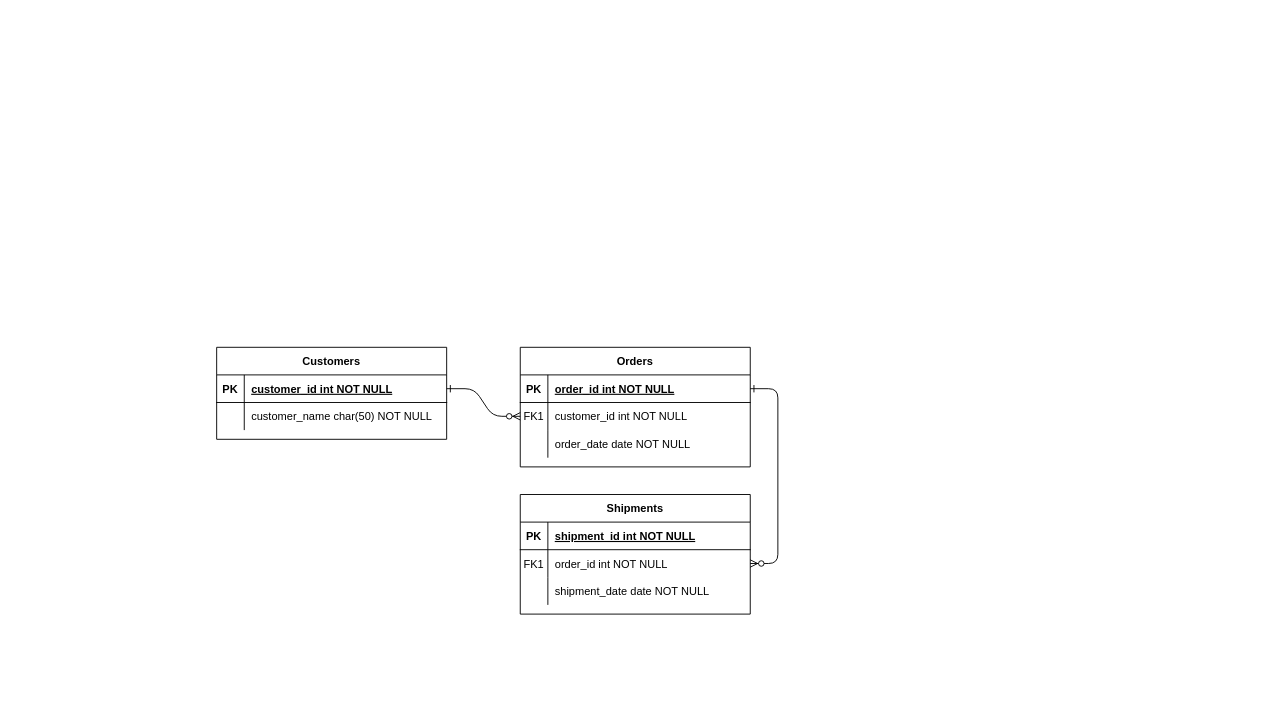
Above: page "Page-1" (1 of 2) of Relational.drawio in Macaies/relational-datbase (draw.io), before the change. Source tidied: cells renumbered, new cells numbered last; positions are measured from the earlier drawing's top-left corner, leaving out a move shared by most shapes. Both pictures are drawn from the tidied source at 92%, with x=0, y=0 at pixel (216, 347).
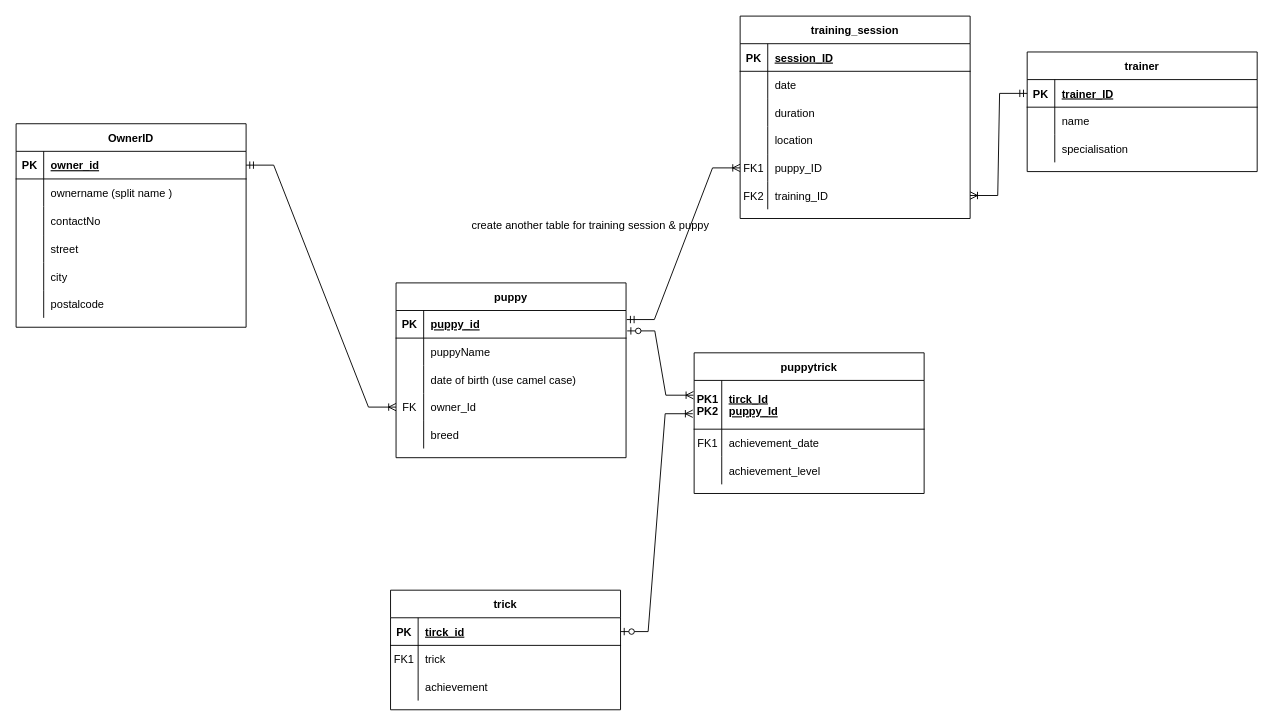
After the change.

The change refers to these unchanged cells:
```xml
<mxCell id="5" style="shape=partialRectangle;fillColor=none;points=[[0,0.5],[1,0.5]];portConstraint=eastwest;top=0;left=0;right=0;bottom=1;" parent="4" vertex="1">
  <mxGeometry y="30" width="250" height="30" as="geometry" />
</mxCell>
<mxCell id="8" style="shape=partialRectangle;fillColor=none;points=[[0,0.5],[1,0.5]];portConstraint=eastwest;top=0;left=0;right=0;bottom=0;" parent="4" vertex="1">
  <mxGeometry y="60" width="250" height="30" as="geometry" />
</mxCell>
<mxCell id="11" style="shape=partialRectangle;fillColor=none;top=0;left=0;right=0;bottom=0;" parent="4" vertex="1">
  <mxGeometry y="90" width="250" height="30" as="geometry" />
</mxCell>
<mxCell id="15" style="shape=partialRectangle;fillColor=none;points=[[0,0.5],[1,0.5]];portConstraint=eastwest;top=0;left=0;right=0;bottom=1;" parent="14" vertex="1">
  <mxGeometry y="30" width="250" height="30" as="geometry" />
</mxCell>
<mxCell id="18" style="shape=partialRectangle;fillColor=none;points=[[0,0.5],[1,0.5]];portConstraint=eastwest;top=0;left=0;right=0;bottom=0;" parent="14" vertex="1">
  <mxGeometry y="60" width="250" height="30" as="geometry" />
</mxCell>
<mxCell id="21" style="shape=partialRectangle;fillColor=none;top=0;left=0;right=0;bottom=0;" parent="14" vertex="1">
  <mxGeometry y="90" width="250" height="30" as="geometry" />
</mxCell>
<mxCell id="25" style="shape=partialRectangle;fillColor=none;points=[[0,0.5],[1,0.5]];portConstraint=eastwest;top=0;left=0;right=0;bottom=1;" parent="24" vertex="1">
  <mxGeometry y="30" width="250" height="30" as="geometry" />
</mxCell>
<mxCell id="28" style="shape=partialRectangle;fillColor=none;top=0;left=0;right=0;bottom=0;" parent="24" vertex="1">
  <mxGeometry y="60" width="250" height="30" as="geometry" />
</mxCell>
```

Diff of the diagram source:
```diff
@@
-    <mxCell id="2" style="edgeStyle=entityRelationEdgeStyle;endArrow=ERzeroToMany;startArrow=ERone;endFill=1;startFill=0;" parent="1" edge="1" source="25" target="8">
-      <mxGeometry relative="1" as="geometry" />
-    </mxCell>
-    <mxCell id="3" style="edgeStyle=entityRelationEdgeStyle;endArrow=ERzeroToMany;startArrow=ERone;endFill=1;startFill=0;" parent="1" edge="1" source="5" target="18">
-      <mxGeometry relative="1" as="geometry" />
-    </mxCell>
-    <mxCell id="4" value="Orders" style="shape=table;startSize=30;childLayout=tableLayout;rowLines=0;fontStyle=1;align=center;" parent="1" vertex="1">
-      <mxGeometry x="330" width="250" height="130" as="geometry" />
+    <mxCell id="4" value="puppy" style="shape=table;startSize=30;childLayout=tableLayout;rowLines=0;fontStyle=1;align=center;" parent="1" vertex="1">
+      <mxGeometry x="195" y="-70" width="250" height="190" as="geometry" />
     </mxCell>
@@
-    <mxCell id="7" value="order_id int NOT NULL " style="shape=partialRectangle;overflow=hidden;fillColor=none;top=0;left=0;bottom=0;right=0;align=left;spacingLeft=6;fontStyle=5;" parent="5" vertex="1">
+    <mxCell id="7" value="puppy_id" style="shape=partialRectangle;overflow=hidden;fillColor=none;top=0;left=0;bottom=0;right=0;align=left;spacingLeft=6;fontStyle=5;" parent="5" vertex="1">
       <mxGeometry x="30" width="220" height="30" as="geometry" />
     </mxCell>
@@
-    <mxCell id="9" value="FK1" style="shape=partialRectangle;overflow=hidden;fillColor=none;top=0;left=0;bottom=0;right=0;" parent="8" vertex="1">
+    <mxCell id="9" style="shape=partialRectangle;overflow=hidden;fillColor=none;top=0;left=0;bottom=0;right=0;" parent="8" vertex="1">
       <mxGeometry width="30" height="30" as="geometry" />
     </mxCell>
-    <mxCell id="10" value="customer_id int NOT NULL" style="shape=partialRectangle;overflow=hidden;fillColor=none;top=0;left=0;bottom=0;right=0;align=left;spacingLeft=6;" parent="8" vertex="1">
+    <mxCell id="10" value="puppyName " style="shape=partialRectangle;overflow=hidden;fillColor=none;top=0;left=0;bottom=0;right=0;align=left;spacingLeft=6;" parent="8" vertex="1">
       <mxGeometry x="30" width="220" height="30" as="geometry" />
     </mxCell>
@@
-    <mxCell id="13" value="order_date date NOT NULL" style="shape=partialRectangle;overflow=hidden;fillColor=none;top=0;left=0;bottom=0;right=0;align=left;spacingLeft=6;" parent="11" vertex="1">
+    <mxCell id="13" value="date of birth (use camel case)" style="shape=partialRectangle;overflow=hidden;fillColor=none;top=0;left=0;bottom=0;right=0;align=left;spacingLeft=6;" parent="11" vertex="1">
       <mxGeometry x="30" width="220" height="30" as="geometry" />
     </mxCell>
+    <mxCell id="31" style="shape=partialRectangle;fillColor=none;points=[[0,0.5],[1,0.5]];portConstraint=eastwest;top=0;left=0;right=0;bottom=0;" parent="4" vertex="1">
+      <mxGeometry y="120" width="250" height="30" as="geometry" />
+    </mxCell>
+    <mxCell id="32" value="FK" style="shape=partialRectangle;overflow=hidden;fillColor=none;top=0;left=0;bottom=0;right=0;" parent="31" vertex="1">
+      <mxGeometry width="30" height="30" as="geometry" />
+    </mxCell>
+    <mxCell id="33" value="owner_Id" style="shape=partialRectangle;overflow=hidden;fillColor=none;top=0;left=0;bottom=0;right=0;align=left;spacingLeft=6;" parent="31" vertex="1">
+      <mxGeometry x="30" width="220" height="30" as="geometry" />
+    </mxCell>
+    <mxCell id="34" style="shape=partialRectangle;fillColor=none;top=0;left=0;right=0;bottom=0;" parent="4" vertex="1">
+      <mxGeometry y="150" width="250" height="30" as="geometry" />
+    </mxCell>
+    <mxCell id="35" style="shape=partialRectangle;overflow=hidden;fillColor=none;top=0;left=0;bottom=0;right=0;" parent="34" vertex="1">
+      <mxGeometry width="30" height="30" as="geometry" />
+    </mxCell>
+    <mxCell id="36" value="breed" style="shape=partialRectangle;overflow=hidden;fillColor=none;top=0;left=0;bottom=0;right=0;align=left;spacingLeft=6;" parent="34" vertex="1">
+      <mxGeometry x="30" width="220" height="30" as="geometry" />
+    </mxCell>
-    <mxCell id="14" value="Shipments" style="shape=table;startSize=30;childLayout=tableLayout;rowLines=0;fontStyle=1;align=center;" parent="1" vertex="1">
-      <mxGeometry x="330" y="160" width="250" height="130" as="geometry" />
+    <mxCell id="14" value="trick" style="shape=table;startSize=30;childLayout=tableLayout;rowLines=0;fontStyle=1;align=center;" parent="1" vertex="1">
+      <mxGeometry x="189" y="264" width="250" height="130" as="geometry" />
     </mxCell>
@@
-    <mxCell id="17" value="shipment_id int NOT NULL " style="shape=partialRectangle;overflow=hidden;fillColor=none;top=0;left=0;bottom=0;right=0;align=left;spacingLeft=6;fontStyle=5;" parent="15" vertex="1">
+    <mxCell id="17" value="tirck_id" style="shape=partialRectangle;overflow=hidden;fillColor=none;top=0;left=0;bottom=0;right=0;align=left;spacingLeft=6;fontStyle=5;" parent="15" vertex="1">
       <mxGeometry x="30" width="220" height="30" as="geometry" />
     </mxCell>
@@
-    <mxCell id="20" value="order_id int NOT NULL" style="shape=partialRectangle;overflow=hidden;fillColor=none;top=0;left=0;bottom=0;right=0;align=left;spacingLeft=6;" parent="18" vertex="1">
+    <mxCell id="20" value="trick" style="shape=partialRectangle;overflow=hidden;fillColor=none;top=0;left=0;bottom=0;right=0;align=left;spacingLeft=6;" parent="18" vertex="1">
       <mxGeometry x="30" width="220" height="30" as="geometry" />
     </mxCell>
@@
-    <mxCell id="23" value="shipment_date date NOT NULL" style="shape=partialRectangle;overflow=hidden;fillColor=none;top=0;left=0;bottom=0;right=0;align=left;spacingLeft=6;" parent="21" vertex="1">
+    <mxCell id="23" value="achievement" style="shape=partialRectangle;overflow=hidden;fillColor=none;top=0;left=0;bottom=0;right=0;align=left;spacingLeft=6;" parent="21" vertex="1">
       <mxGeometry x="30" width="220" height="30" as="geometry" />
     </mxCell>
-    <mxCell id="24" value="Customers" style="shape=table;startSize=30;childLayout=tableLayout;rowLines=0;fontStyle=1;align=center;" parent="1" vertex="1">
-      <mxGeometry width="250" height="100" as="geometry" />
+    <mxCell id="24" value="OwnerID" style="shape=table;startSize=30;childLayout=tableLayout;rowLines=0;fontStyle=1;align=center;" parent="1" vertex="1">
+      <mxGeometry x="-218" y="-243" width="250" height="221.2" as="geometry" />
     </mxCell>
@@
-    <mxCell id="27" value="customer_id int NOT NULL " style="shape=partialRectangle;overflow=hidden;fillColor=none;top=0;left=0;bottom=0;right=0;align=left;spacingLeft=6;fontStyle=5;" parent="25" vertex="1">
+    <mxCell id="27" value="owner_id" style="shape=partialRectangle;overflow=hidden;fillColor=none;top=0;left=0;bottom=0;right=0;align=left;spacingLeft=6;fontStyle=5;" parent="25" vertex="1">
       <mxGeometry x="30" width="220" height="30" as="geometry" />
     </mxCell>
@@
-    <mxCell id="30" value="customer_name char(50) NOT NULL" style="shape=partialRectangle;overflow=hidden;fillColor=none;top=0;left=0;bottom=0;right=0;align=left;spacingLeft=6;" parent="28" vertex="1">
+    <mxCell id="30" value="ownername (split name )" style="shape=partialRectangle;overflow=hidden;fillColor=none;top=0;left=0;bottom=0;right=0;align=left;spacingLeft=6;" parent="28" vertex="1">
       <mxGeometry x="30" width="220" height="30" as="geometry" />
     </mxCell>
+    <mxCell id="37" style="shape=partialRectangle;fillColor=none;top=0;left=0;right=0;bottom=0;" parent="24" vertex="1">
+      <mxGeometry y="90" width="250" height="31" as="geometry" />
+    </mxCell>
+    <mxCell id="38" style="shape=partialRectangle;overflow=hidden;fillColor=none;top=0;left=0;bottom=0;right=0;" parent="37" vertex="1">
+      <mxGeometry width="30" height="31" as="geometry" />
+    </mxCell>
+    <mxCell id="39" value="contactNo" style="shape=partialRectangle;overflow=hidden;fillColor=none;top=0;left=0;bottom=0;right=0;align=left;spacingLeft=6;" parent="37" vertex="1">
+      <mxGeometry x="30" width="220" height="31" as="geometry" />
+    </mxCell>
+    <mxCell id="40" style="shape=partialRectangle;fillColor=none;top=0;left=0;right=0;bottom=0;" parent="24" vertex="1">
+      <mxGeometry y="121" width="250" height="30" as="geometry" />
+    </mxCell>
+    <mxCell id="41" style="shape=partialRectangle;overflow=hidden;fillColor=none;top=0;left=0;bottom=0;right=0;" parent="40" vertex="1">
+      <mxGeometry width="30" height="30" as="geometry" />
+    </mxCell>
+    <mxCell id="42" value="street" style="shape=partialRectangle;overflow=hidden;fillColor=none;top=0;left=0;bottom=0;right=0;align=left;spacingLeft=6;" parent="40" vertex="1">
+      <mxGeometry x="30" width="220" height="30" as="geometry" />
+    </mxCell>
+    <mxCell id="43" style="shape=partialRectangle;fillColor=none;top=0;left=0;right=0;bottom=0;" parent="24" vertex="1">
+      <mxGeometry y="151" width="250" height="30" as="geometry" />
+    </mxCell>
+    <mxCell id="44" style="shape=partialRectangle;overflow=hidden;fillColor=none;top=0;left=0;bottom=0;right=0;" parent="43" vertex="1">
+      <mxGeometry width="30" height="30" as="geometry" />
+    </mxCell>
+    <mxCell id="45" value="city" style="shape=partialRectangle;overflow=hidden;fillColor=none;top=0;left=0;bottom=0;right=0;align=left;spacingLeft=6;" parent="43" vertex="1">
+      <mxGeometry x="30" width="220" height="30" as="geometry" />
+    </mxCell>
+    <mxCell id="46" style="shape=partialRectangle;fillColor=none;top=0;left=0;right=0;bottom=0;" parent="24" vertex="1">
+      <mxGeometry y="181" width="250" height="30" as="geometry" />
+    </mxCell>
+    <mxCell id="47" style="shape=partialRectangle;overflow=hidden;fillColor=none;top=0;left=0;bottom=0;right=0;" parent="46" vertex="1">
+      <mxGeometry width="30" height="30" as="geometry" />
+    </mxCell>
+    <mxCell id="48" value="postalcode" style="shape=partialRectangle;overflow=hidden;fillColor=none;top=0;left=0;bottom=0;right=0;align=left;spacingLeft=6;" parent="46" vertex="1">
+      <mxGeometry x="30" width="220" height="30" as="geometry" />
+    </mxCell>
+    <mxCell id="49" value="puppytrick" style="shape=table;startSize=30;childLayout=tableLayout;rowLines=0;fontStyle=1;align=center;" parent="1" vertex="1">
+      <mxGeometry x="519" y="6" width="250" height="152.9" as="geometry" />
+    </mxCell>
+    <mxCell id="50" style="shape=partialRectangle;fillColor=none;points=[[0,0.5],[1,0.5]];portConstraint=eastwest;top=0;left=0;right=0;bottom=1;" parent="49" vertex="1">
+      <mxGeometry y="30" width="250" height="53" as="geometry" />
+    </mxCell>
+    <mxCell id="51" value="PK1&#10;PK2" style="shape=partialRectangle;overflow=hidden;fillColor=none;top=0;left=0;bottom=0;right=0;fontStyle=1;" parent="50" vertex="1">
+      <mxGeometry width="30" height="53" as="geometry" />
+    </mxCell>
+    <mxCell id="52" value="tirck_Id&#10;puppy_Id" style="shape=partialRectangle;overflow=hidden;fillColor=none;top=0;left=0;bottom=0;right=0;align=left;spacingLeft=6;fontStyle=5;" parent="50" vertex="1">
+      <mxGeometry x="30" width="220" height="53" as="geometry" />
+    </mxCell>
+    <mxCell id="53" style="shape=partialRectangle;fillColor=none;top=0;left=0;right=0;bottom=0;" parent="49" vertex="1">
+      <mxGeometry y="83" width="250" height="30" as="geometry" />
+    </mxCell>
+    <mxCell id="54" value="FK1" style="shape=partialRectangle;overflow=hidden;fillColor=none;top=0;left=0;bottom=0;right=0;" parent="53" vertex="1">
+      <mxGeometry width="30" height="30" as="geometry" />
+    </mxCell>
+    <mxCell id="55" value="achievement_date" style="shape=partialRectangle;overflow=hidden;fillColor=none;top=0;left=0;bottom=0;right=0;align=left;spacingLeft=6;" parent="53" vertex="1">
+      <mxGeometry x="30" width="220" height="30" as="geometry" />
+    </mxCell>
+    <mxCell id="56" style="shape=partialRectangle;fillColor=none;top=0;left=0;right=0;bottom=0;" parent="49" vertex="1">
+      <mxGeometry y="113" width="250" height="30" as="geometry" />
+    </mxCell>
+    <mxCell id="57" style="shape=partialRectangle;overflow=hidden;fillColor=none;top=0;left=0;bottom=0;right=0;" parent="56" vertex="1">
+      <mxGeometry width="30" height="30" as="geometry" />
+    </mxCell>
+    <mxCell id="58" value="achievement_level" style="shape=partialRectangle;overflow=hidden;fillColor=none;top=0;left=0;bottom=0;right=0;align=left;spacingLeft=6;" parent="56" vertex="1">
+      <mxGeometry x="30" width="220" height="30" as="geometry" />
+    </mxCell>
+    <mxCell id="59" style="edgeStyle=entityRelationEdgeStyle;fontSize=12;html=1;endArrow=ERoneToMany;startArrow=ERmandOne;rounded=0;entryX=0;entryY=0.5;entryDx=0;entryDy=0;exitX=1;exitY=0.5;exitDx=0;exitDy=0;" parent="1" edge="1" source="25" target="31">
+      <mxGeometry relative="1" as="geometry" />
+    </mxCell>
+    <mxCell id="60" style="edgeStyle=entityRelationEdgeStyle;fontSize=12;html=1;endArrow=ERoneToMany;startArrow=ERzeroToOne;rounded=0;entryX=-0.003;entryY=0.303;entryDx=0;entryDy=0;exitX=1.005;exitY=0.739;exitDx=0;exitDy=0;exitPerimeter=0;entryPerimeter=0;" parent="1" edge="1" source="5" target="50">
+      <mxGeometry relative="1" as="geometry" />
+    </mxCell>
+    <mxCell id="61" style="edgeStyle=entityRelationEdgeStyle;fontSize=12;html=1;endArrow=ERoneToMany;startArrow=ERzeroToOne;rounded=0;exitX=1;exitY=0.5;exitDx=0;exitDy=0;entryX=-0.006;entryY=0.683;entryDx=0;entryDy=0;entryPerimeter=0;" parent="1" edge="1" source="15" target="50">
+      <mxGeometry relative="1" as="geometry" />
+    </mxCell>
+    <mxCell id="62" value="trainer" style="shape=table;startSize=30;childLayout=tableLayout;rowLines=0;fontStyle=1;align=center;" parent="1" vertex="1">
+      <mxGeometry x="881" y="-321" width="250" height="130" as="geometry" />
+    </mxCell>
+    <mxCell id="63" style="shape=partialRectangle;fillColor=none;points=[[0,0.5],[1,0.5]];portConstraint=eastwest;top=0;left=0;right=0;bottom=1;" parent="62" vertex="1">
+      <mxGeometry y="30" width="250" height="30" as="geometry" />
+    </mxCell>
+    <mxCell id="64" value="PK" style="shape=partialRectangle;overflow=hidden;fillColor=none;top=0;left=0;bottom=0;right=0;fontStyle=1;" parent="63" vertex="1">
+      <mxGeometry width="30" height="30" as="geometry" />
+    </mxCell>
+    <mxCell id="65" value="trainer_ID" style="shape=partialRectangle;overflow=hidden;fillColor=none;top=0;left=0;bottom=0;right=0;align=left;spacingLeft=6;fontStyle=5;" parent="63" vertex="1">
+      <mxGeometry x="30" width="220" height="30" as="geometry" />
+    </mxCell>
+    <mxCell id="66" style="shape=partialRectangle;fillColor=none;top=0;left=0;right=0;bottom=0;" parent="62" vertex="1">
+      <mxGeometry y="60" width="250" height="30" as="geometry" />
+    </mxCell>
+    <mxCell id="67" style="shape=partialRectangle;overflow=hidden;fillColor=none;top=0;left=0;bottom=0;right=0;" parent="66" vertex="1">
+      <mxGeometry width="30" height="30" as="geometry" />
+    </mxCell>
+    <mxCell id="68" value="name" style="shape=partialRectangle;overflow=hidden;fillColor=none;top=0;left=0;bottom=0;right=0;align=left;spacingLeft=6;" parent="66" vertex="1">
+      <mxGeometry x="30" width="220" height="30" as="geometry" />
+    </mxCell>
+    <mxCell id="69" style="shape=partialRectangle;fillColor=none;top=0;left=0;right=0;bottom=0;" parent="62" vertex="1">
+      <mxGeometry y="90" width="250" height="30" as="geometry" />
+    </mxCell>
+    <mxCell id="70" style="shape=partialRectangle;overflow=hidden;fillColor=none;top=0;left=0;bottom=0;right=0;" parent="69" vertex="1">
+      <mxGeometry width="30" height="30" as="geometry" />
+    </mxCell>
+    <mxCell id="71" value="specialisation" style="shape=partialRectangle;overflow=hidden;fillColor=none;top=0;left=0;bottom=0;right=0;align=left;spacingLeft=6;" parent="69" vertex="1">
+      <mxGeometry x="30" width="220" height="30" as="geometry" />
+    </mxCell>
+    <mxCell id="72" value="training_session" style="shape=table;startSize=30;childLayout=tableLayout;rowLines=0;fontStyle=1;align=center;" parent="1" vertex="1">
+      <mxGeometry x="569" y="-360" width="250" height="220" as="geometry" />
+    </mxCell>
+    <mxCell id="73" style="shape=partialRectangle;fillColor=none;top=0;left=0;right=0;bottom=1;" parent="72" vertex="1">
+      <mxGeometry y="30" width="250" height="30" as="geometry" />
+    </mxCell>
+    <mxCell id="74" value="PK" style="shape=partialRectangle;overflow=hidden;fillColor=none;top=0;left=0;bottom=0;right=0;fontStyle=1;" parent="73" vertex="1">
+      <mxGeometry width="30" height="30" as="geometry" />
+    </mxCell>
+    <mxCell id="75" value="session_ID" style="shape=partialRectangle;overflow=hidden;fillColor=none;top=0;left=0;bottom=0;right=0;align=left;spacingLeft=6;fontStyle=5;" parent="73" vertex="1">
+      <mxGeometry x="30" width="220" height="30" as="geometry" />
+    </mxCell>
+    <mxCell id="76" style="shape=partialRectangle;fillColor=none;top=0;left=0;right=0;bottom=0;" parent="72" vertex="1">
+      <mxGeometry y="60" width="250" height="30" as="geometry" />
+    </mxCell>
+    <mxCell id="77" style="shape=partialRectangle;overflow=hidden;fillColor=none;top=0;left=0;bottom=0;right=0;" parent="76" vertex="1">
+      <mxGeometry width="30" height="30" as="geometry" />
+    </mxCell>
+    <mxCell id="78" value="date" style="shape=partialRectangle;overflow=hidden;fillColor=none;top=0;left=0;bottom=0;right=0;align=left;spacingLeft=6;" parent="76" vertex="1">
+      <mxGeometry x="30" width="220" height="30" as="geometry" />
+    </mxCell>
+    <mxCell id="79" style="shape=partialRectangle;fillColor=none;top=0;left=0;right=0;bottom=0;" parent="72" vertex="1">
+      <mxGeometry y="90" width="250" height="30" as="geometry" />
+    </mxCell>
+    <mxCell id="80" style="shape=partialRectangle;overflow=hidden;fillColor=none;top=0;left=0;bottom=0;right=0;" parent="79" vertex="1">
+      <mxGeometry width="30" height="30" as="geometry" />
+    </mxCell>
+    <mxCell id="81" value="duration" style="shape=partialRectangle;overflow=hidden;fillColor=none;top=0;left=0;bottom=0;right=0;align=left;spacingLeft=6;" parent="79" vertex="1">
+      <mxGeometry x="30" width="220" height="30" as="geometry" />
+    </mxCell>
+    <mxCell id="82" style="shape=partialRectangle;fillColor=none;top=0;left=0;right=0;bottom=0;" parent="72" vertex="1">
+      <mxGeometry y="120" width="250" height="30" as="geometry" />
+    </mxCell>
+    <mxCell id="83" style="shape=partialRectangle;overflow=hidden;fillColor=none;top=0;left=0;bottom=0;right=0;" parent="82" vertex="1">
+      <mxGeometry width="30" height="30" as="geometry" />
+    </mxCell>
+    <mxCell id="84" value="location" style="shape=partialRectangle;overflow=hidden;fillColor=none;top=0;left=0;bottom=0;right=0;align=left;spacingLeft=6;" parent="82" vertex="1">
+      <mxGeometry x="30" width="220" height="30" as="geometry" />
+    </mxCell>
+    <mxCell id="85" style="shape=partialRectangle;fillColor=none;points=[[0,0.5],[1,0.5]];portConstraint=eastwest;top=0;left=0;right=0;bottom=0;" parent="72" vertex="1">
+      <mxGeometry y="150" width="250" height="30" as="geometry" />
+    </mxCell>
+    <mxCell id="86" value="FK1" style="shape=partialRectangle;overflow=hidden;fillColor=none;top=0;left=0;bottom=0;right=0;" parent="85" vertex="1">
+      <mxGeometry width="30" height="30" as="geometry" />
+    </mxCell>
+    <mxCell id="87" value="puppy_ID" style="shape=partialRectangle;overflow=hidden;fillColor=none;top=0;left=0;bottom=0;right=0;align=left;spacingLeft=6;" parent="85" vertex="1">
+      <mxGeometry x="30" width="220" height="30" as="geometry" />
+    </mxCell>
+    <mxCell id="88" style="shape=partialRectangle;fillColor=none;points=[[0,0.5],[1,0.5]];portConstraint=eastwest;top=0;left=0;right=0;bottom=0;" parent="72" vertex="1">
+      <mxGeometry y="180" width="250" height="30" as="geometry" />
+    </mxCell>
+    <mxCell id="89" value="FK2" style="shape=partialRectangle;overflow=hidden;fillColor=none;top=0;left=0;bottom=0;right=0;" parent="88" vertex="1">
+      <mxGeometry width="30" height="30" as="geometry" />
+    </mxCell>
+    <mxCell id="90" value="training_ID" style="shape=partialRectangle;overflow=hidden;fillColor=none;top=0;left=0;bottom=0;right=0;align=left;spacingLeft=6;" parent="88" vertex="1">
+      <mxGeometry x="30" width="220" height="30" as="geometry" />
+    </mxCell>
+    <mxCell id="91" style="edgeStyle=entityRelationEdgeStyle;fontSize=12;html=1;endArrow=ERoneToMany;startArrow=ERmandOne;rounded=0;entryX=0;entryY=0.5;entryDx=0;entryDy=0;exitX=1.003;exitY=0.328;exitDx=0;exitDy=0;exitPerimeter=0;" parent="1" edge="1" source="5" target="85">
+      <mxGeometry relative="1" as="geometry" />
+    </mxCell>
+    <mxCell id="92" style="edgeStyle=entityRelationEdgeStyle;fontSize=12;html=1;endArrow=ERoneToMany;startArrow=ERmandOne;rounded=0;exitX=0;exitY=0.5;exitDx=0;exitDy=0;" parent="1" edge="1" source="63" target="88">
+      <mxGeometry relative="1" as="geometry" />
+    </mxCell>
+    <mxCell id="93" value="create another table for training session &amp;amp; puppy" style="text;html=1;align=center;verticalAlign=middle;strokeColor=none;fillColor=none;" parent="1" vertex="1">
+      <mxGeometry x="268" y="-145.4" width="276" height="26" as="geometry" />
+    </mxCell>
```
